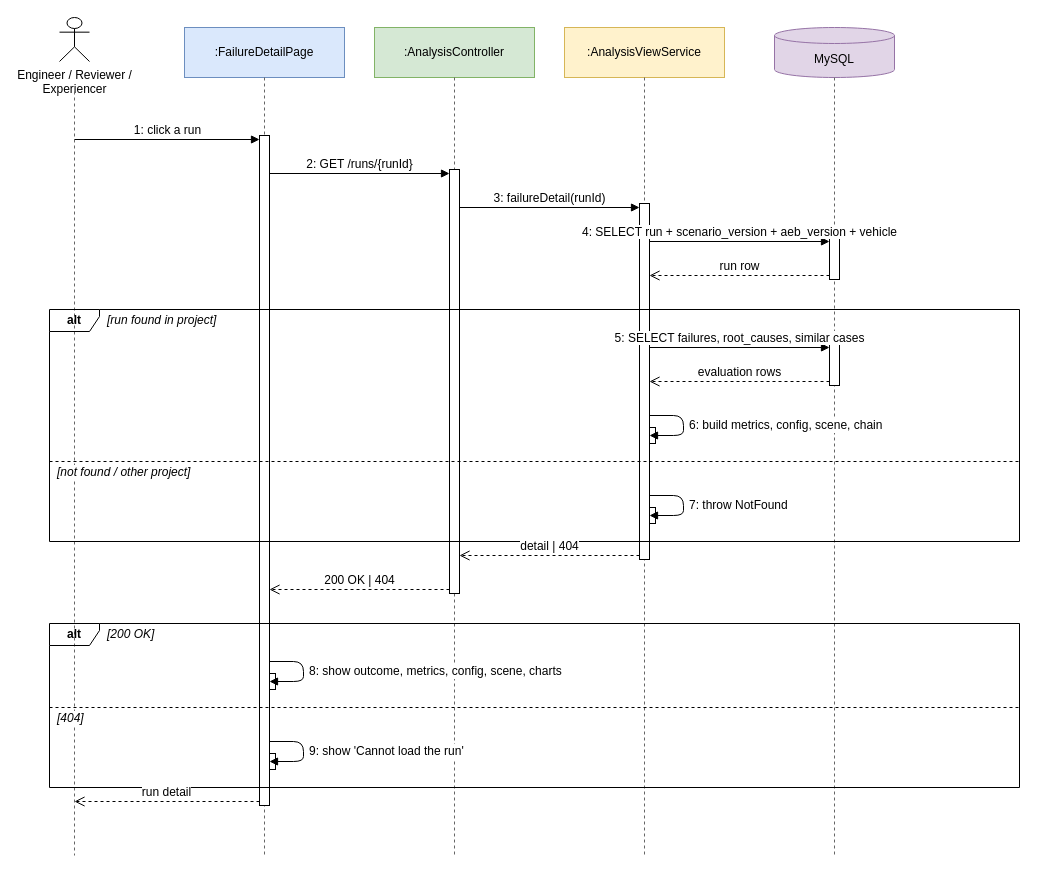
Menakanchi/SEP490-FA26-G15 keeps this draw.io diagram as docs/report/diagrams/fe09-11/fe09-view-simulation-data-detail.drawio. Above is the earlier version. Source tidied: cells renumbered, new cells numbered last; positions are measured from the earlier drawing's top-left corner, leaving out a move shared by most shapes. Both pictures are drawn from the tidied source at 100%, with x=0, y=0 at pixel (49, 17).
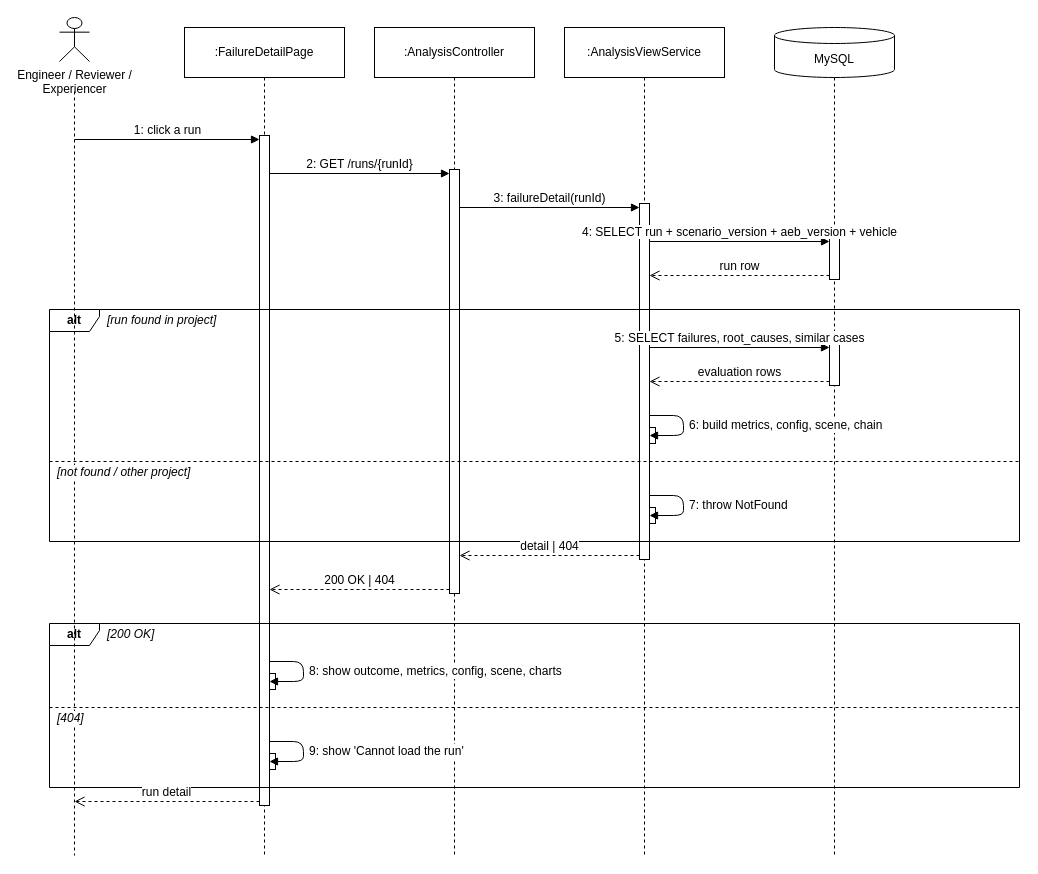
Above is the later version.

Diff of the diagram source:
```diff
@@
-    <mxCell id="3" style="endArrow=none;dashed=1;html=1;strokeColor=#666666;" parent="1" edge="1">
+    <mxCell id="3" style="endArrow=none;dashed=1;html=1;strokeColor=#000000;" parent="1" edge="1">
       <mxGeometry relative="1" as="geometry">
         <mxPoint x="25" y="74" as="sourcePoint" />
         <mxPoint x="25" y="838" as="targetPoint" />
       </mxGeometry>
     </mxCell>
-    <mxCell id="4" value=":FailureDetailPage" style="fontFamily=Helvetica;fontSize=12;rounded=0;whiteSpace=wrap;html=1;fillColor=#dae8fc;strokeColor=#6c8ebf;fontStyle=0;" parent="1" vertex="1">
+    <mxCell id="4" value=":FailureDetailPage" style="fontFamily=Helvetica;fontSize=12;rounded=0;whiteSpace=wrap;html=1;fillColor=#ffffff;strokeColor=#000000;fontStyle=0;" parent="1" vertex="1">
       <mxGeometry x="135" y="10" width="160" height="50" as="geometry" />
     </mxCell>
-    <mxCell id="5" style="endArrow=none;dashed=1;html=1;strokeColor=#666666;" parent="1" edge="1">
+    <mxCell id="5" style="endArrow=none;dashed=1;html=1;strokeColor=#000000;" parent="1" edge="1">
       <mxGeometry relative="1" as="geometry">
         <mxPoint x="215" y="60" as="sourcePoint" />
         <mxPoint x="215" y="838" as="targetPoint" />
       </mxGeometry>
     </mxCell>
-    <mxCell id="6" value=":AnalysisController" style="fontFamily=Helvetica;fontSize=12;rounded=0;whiteSpace=wrap;html=1;fillColor=#d5e8d4;strokeColor=#82b366;fontStyle=0;" parent="1" vertex="1">
+    <mxCell id="6" value=":AnalysisController" style="fontFamily=Helvetica;fontSize=12;rounded=0;whiteSpace=wrap;html=1;fillColor=#ffffff;strokeColor=#000000;fontStyle=0;" parent="1" vertex="1">
       <mxGeometry x="325" y="10" width="160" height="50" as="geometry" />
     </mxCell>
-    <mxCell id="7" style="endArrow=none;dashed=1;html=1;strokeColor=#666666;" parent="1" edge="1">
+    <mxCell id="7" style="endArrow=none;dashed=1;html=1;strokeColor=#000000;" parent="1" edge="1">
       <mxGeometry relative="1" as="geometry">
         <mxPoint x="405" y="60" as="sourcePoint" />
         <mxPoint x="405" y="838" as="targetPoint" />
       </mxGeometry>
     </mxCell>
-    <mxCell id="8" value=":AnalysisViewService" style="fontFamily=Helvetica;fontSize=12;rounded=0;whiteSpace=wrap;html=1;fillColor=#fff2cc;strokeColor=#d6b656;fontStyle=0;" parent="1" vertex="1">
+    <mxCell id="8" value=":AnalysisViewService" style="fontFamily=Helvetica;fontSize=12;rounded=0;whiteSpace=wrap;html=1;fillColor=#ffffff;strokeColor=#000000;fontStyle=0;" parent="1" vertex="1">
       <mxGeometry x="515" y="10" width="160" height="50" as="geometry" />
     </mxCell>
-    <mxCell id="9" style="endArrow=none;dashed=1;html=1;strokeColor=#666666;" parent="1" edge="1">
+    <mxCell id="9" style="endArrow=none;dashed=1;html=1;strokeColor=#000000;" parent="1" edge="1">
       <mxGeometry relative="1" as="geometry">
         <mxPoint x="595" y="60" as="sourcePoint" />
         <mxPoint x="595" y="838" as="targetPoint" />
       </mxGeometry>
     </mxCell>
-    <mxCell id="10" value="MySQL" style="fontFamily=Helvetica;fontSize=12;shape=cylinder3;whiteSpace=wrap;html=1;boundedLbl=1;backgroundOutline=1;size=8;fillColor=#e1d5e7;strokeColor=#9673a6;" parent="1" vertex="1">
+    <mxCell id="10" value="MySQL" style="fontFamily=Helvetica;fontSize=12;shape=cylinder3;whiteSpace=wrap;html=1;boundedLbl=1;backgroundOutline=1;size=8;fillColor=#ffffff;strokeColor=#000000;" parent="1" vertex="1">
       <mxGeometry x="725" y="10" width="120" height="50" as="geometry" />
     </mxCell>
-    <mxCell id="11" style="endArrow=none;dashed=1;html=1;strokeColor=#666666;" parent="1" edge="1">
+    <mxCell id="11" style="endArrow=none;dashed=1;html=1;strokeColor=#000000;" parent="1" edge="1">
       <mxGeometry relative="1" as="geometry">
         <mxPoint x="785" y="60" as="sourcePoint" />
         <mxPoint x="785" y="838" as="targetPoint" />
       </mxGeometry>
     </mxCell>
```
